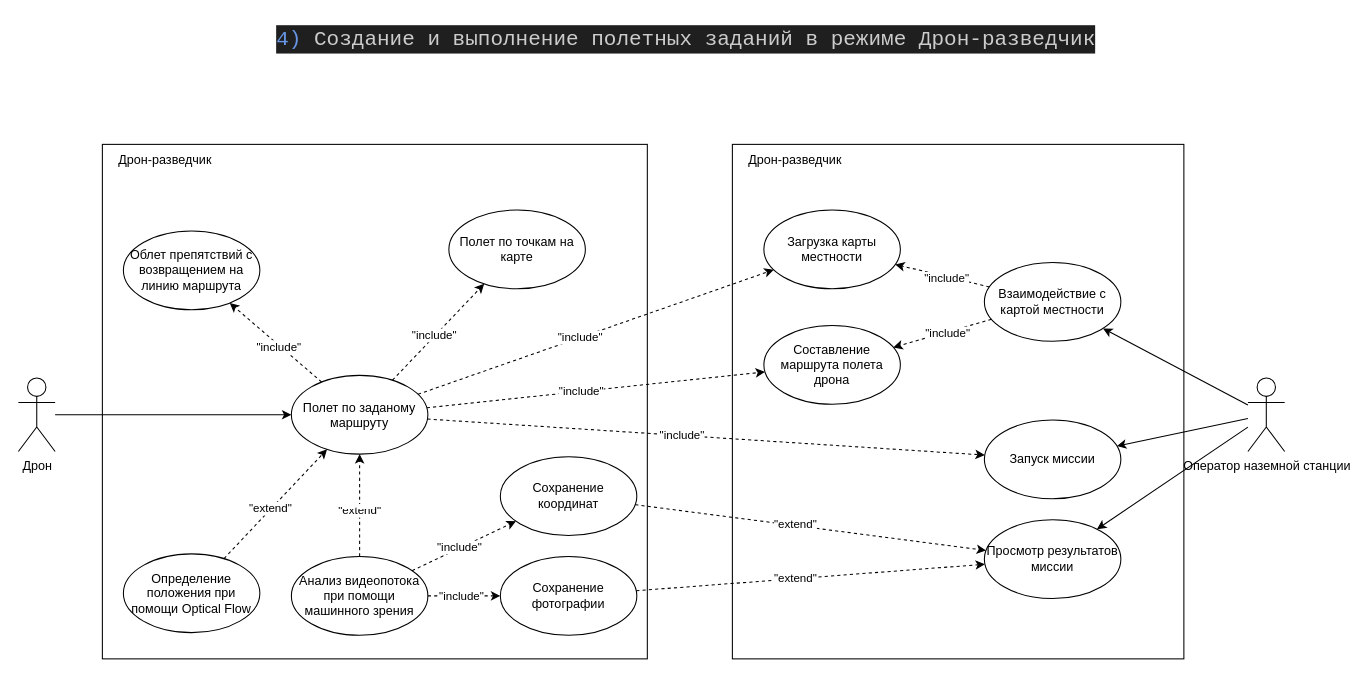
Above: src/diagrams/uml-use-case/use-case4.drawio in zimkov/system-engineering-playbook (draw.io), before the change. Source tidied: cells renumbered, new cells numbered last; positions are measured from the earlier drawing's top-left corner, leaving out a move shared by most shapes. Both pictures are drawn from the tidied source at 105%, with x=0, y=0 at pixel (18, 18).
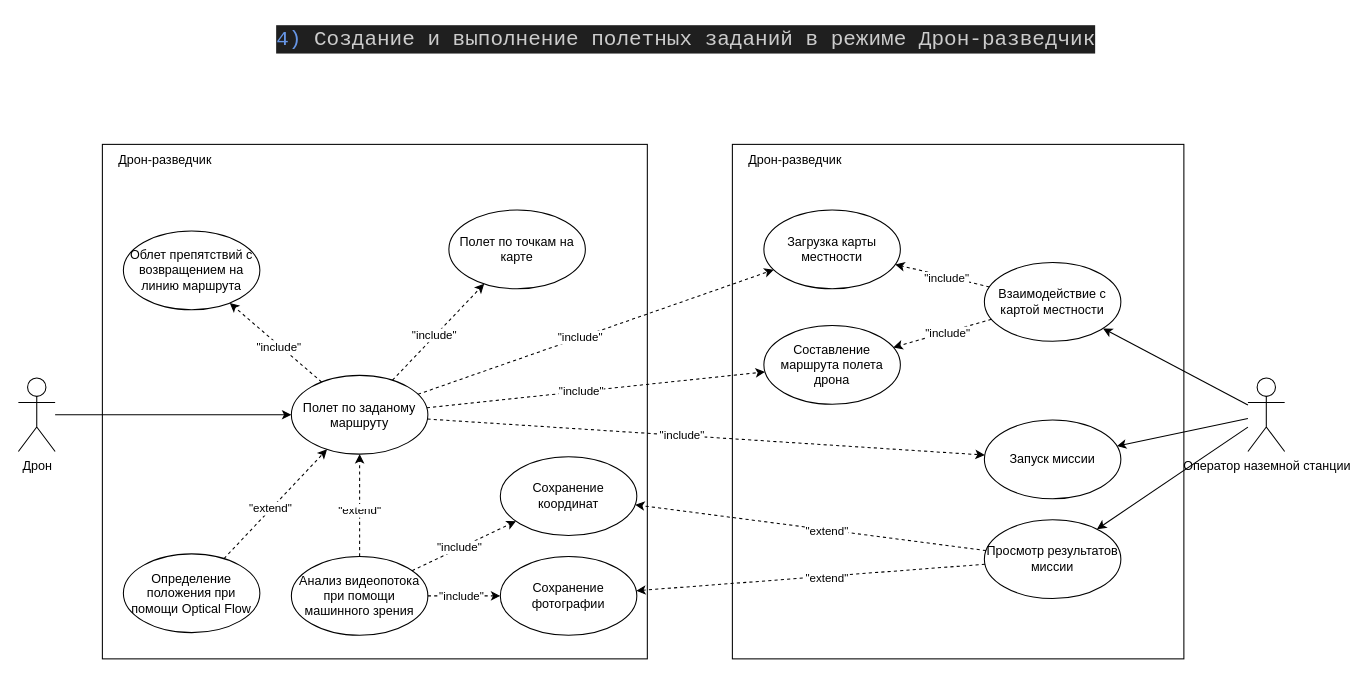
Above is the later version.

Unchanged cells that the change refers to:
```xml
<mxCell id="15" value="Просмотр результатов миссии" style="ellipse;whiteSpace=wrap;html=1;verticalAlign=middle;" parent="1" vertex="1">
  <mxGeometry x="920" y="477.5" width="130" height="75" as="geometry" />
</mxCell>
<mxCell id="30" value="Сохранение фотографии" style="ellipse;whiteSpace=wrap;html=1;verticalAlign=middle;" parent="1" vertex="1">
  <mxGeometry x="459" y="512.5" width="130" height="75" as="geometry" />
</mxCell>
<mxCell id="33" value="Сохранение координат" style="ellipse;whiteSpace=wrap;html=1;verticalAlign=middle;" parent="1" vertex="1">
  <mxGeometry x="459" y="417.5" width="130" height="75" as="geometry" />
</mxCell>
```

Change to the diagram source:
```diff
@@
-    <mxCell id="47" style="rounded=0;jettySize=auto;html=1;dashed=1;" parent="1" edge="1" source="30" target="15">
+    <mxCell id="47" style="rounded=0;jettySize=auto;html=1;dashed=1;" parent="1" edge="1" source="15" target="30">
       <mxGeometry relative="1" as="geometry" />
     </mxCell>
@@
-    <mxCell id="49" style="rounded=0;jettySize=auto;html=1;dashed=1;" parent="1" edge="1" source="33" target="15">
+    <mxCell id="49" style="rounded=0;jettySize=auto;html=1;dashed=1;" parent="1" edge="1" source="15" target="33">
       <mxGeometry relative="1" as="geometry" />
     </mxCell>
```
